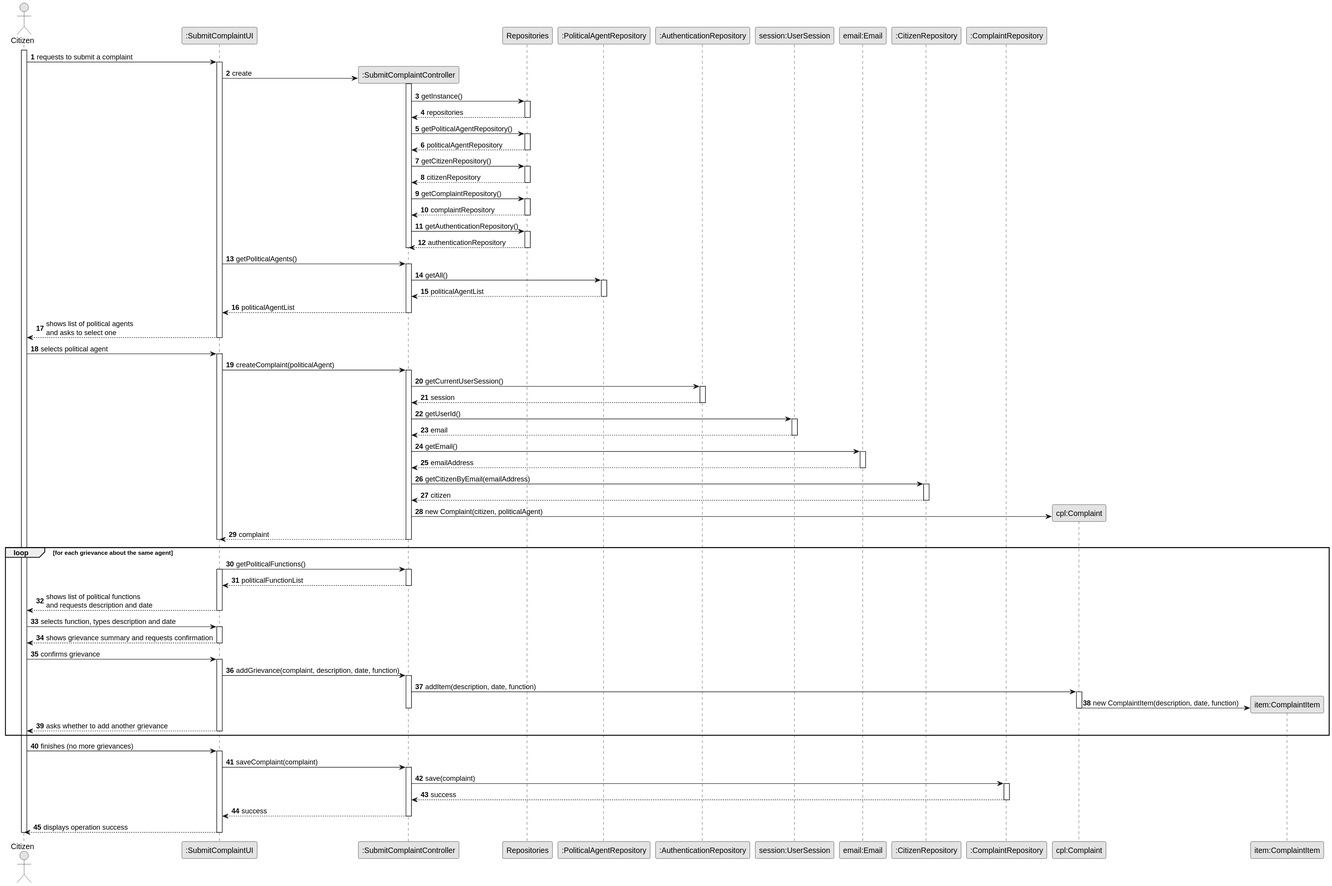
The PlantUML diagram docs/system-documentation/US12/03.design/svg/US12-SD.svg in brunodspinto/crystal-clear-platform, before a commit. Its source is kept beside it as docs/system-documentation/US12/03.design/puml/US12-SD.puml.
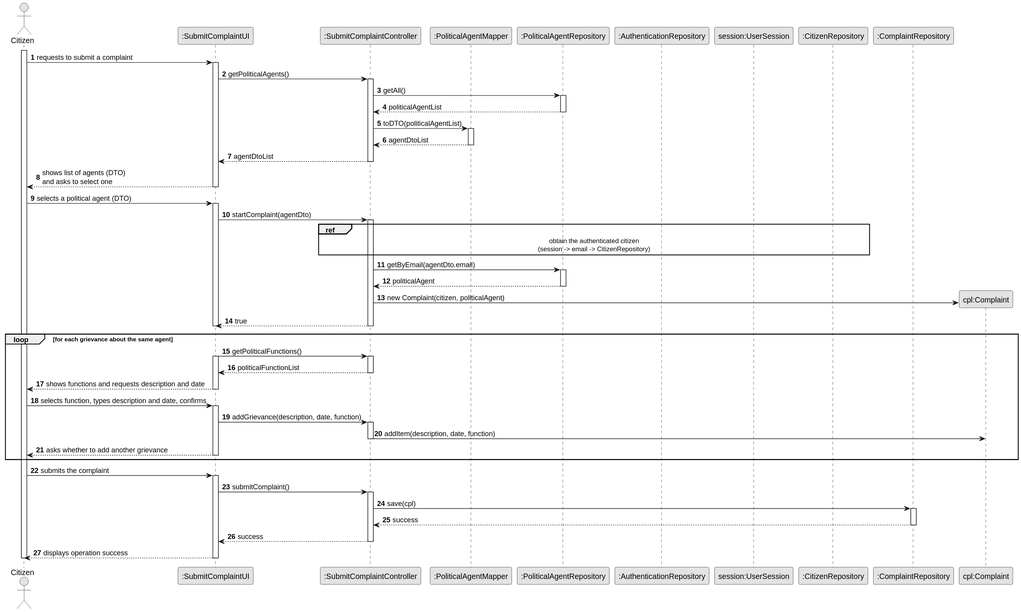
Later version of the same file.

The edit, as a diff of the source:
```diff
@@ -8,44 +8,18 @@
 actor "Citizen" as C
 participant ":SubmitComplaintUI" as UI
 participant ":SubmitComplaintController" as CTRL
-participant "Repositories" as REPOS
+participant ":PoliticalAgentMapper" as PAM
 participant ":PoliticalAgentRepository" as PAR
 participant ":AuthenticationRepository" as AR
 participant "session:UserSession" as SESS
-participant "email:Email" as EML
 participant ":CitizenRepository" as CitR
 participant ":ComplaintRepository" as CR
 participant "cpl:Complaint" as CPL
-participant "item:ComplaintItem" as ITM
 
 activate C
 
     C -> UI : requests to submit a complaint
     activate UI
-
-        UI -> CTRL** : create
-        activate CTRL
-            CTRL -> REPOS : getInstance()
-            activate REPOS
-                REPOS --> CTRL : repositories
-            deactivate REPOS
-            CTRL -> REPOS : getPoliticalAgentRepository()
-            activate REPOS
-                REPOS --> CTRL : politicalAgentRepository
-            deactivate REPOS
-            CTRL -> REPOS : getCitizenRepository()
-            activate REPOS
-                REPOS --> CTRL : citizenRepository
-            deactivate REPOS
-            CTRL -> REPOS : getComplaintRepository()
-            activate REPOS
-                REPOS --> CTRL : complaintRepository
-            deactivate REPOS
-            CTRL -> REPOS : getAuthenticationRepository()
-            activate REPOS
-                REPOS --> CTRL : authenticationRepository
-            deactivate REPOS
-        deactivate CTRL
 
         UI -> CTRL : getPoliticalAgents()
         activate CTRL
@@ -53,35 +27,31 @@
             activate PAR
                 PAR --> CTRL : politicalAgentList
             deactivate PAR
-            CTRL --> UI : politicalAgentList
+            CTRL -> PAM : toDTO(politicalAgentList)
+            activate PAM
+                PAM --> CTRL : agentDtoList
+            deactivate PAM
+            CTRL --> UI : agentDtoList
         deactivate CTRL
 
-        UI --> C : shows list of political agents\nand asks to select one
+        UI --> C : shows list of agents (DTO)\nand asks to select one
     deactivate UI
 
-    C -> UI : selects political agent
+    C -> UI : selects a political agent (DTO)
     activate UI
 
-        UI -> CTRL : createComplaint(politicalAgent)
+        UI -> CTRL : startComplaint(agentDto)
         activate CTRL
-            CTRL -> AR : getCurrentUserSession()
-            activate AR
-                AR --> CTRL : session
-            deactivate AR
-            CTRL -> SESS : getUserId()
-            activate SESS
-                SESS --> CTRL : email
-            deactivate SESS
-            CTRL -> EML : getEmail()
-            activate EML
-                EML --> CTRL : emailAddress
-            deactivate EML
-            CTRL -> CitR : getCitizenByEmail(emailAddress)
-            activate CitR
-                CitR --> CTRL : citizen
-            deactivate CitR
+            ref over CTRL, AR, SESS, CitR
+                obtain the authenticated citizen
+                (session -> email -> CitizenRepository)
+            end ref
+            CTRL -> PAR : getByEmail(agentDto.email)
+            activate PAR
+                PAR --> CTRL : politicalAgent
+            deactivate PAR
             CTRL -> CPL ** : new Complaint(citizen, politicalAgent)
-            CTRL --> UI : complaint
+            CTRL --> UI : true
         deactivate CTRL
     deactivate UI
 
@@ -91,32 +61,24 @@
         activate CTRL
             CTRL --> UI : politicalFunctionList
         deactivate CTRL
-        UI --> C : shows list of political functions\nand requests description and date
+        UI --> C : shows functions and requests description and date
         deactivate UI
 
-        C -> UI : selects function, types description and date
+        C -> UI : selects function, types description and date, confirms
         activate UI
-            UI --> C : shows grievance summary and requests confirmation
-        deactivate UI
-
-        C -> UI : confirms grievance
-        activate UI
-            UI -> CTRL : addGrievance(complaint, description, date, function)
+            UI -> CTRL : addGrievance(description, date, function)
             activate CTRL
                 CTRL -> CPL : addItem(description, date, function)
-                activate CPL
-                    CPL -> ITM ** : new ComplaintItem(description, date, function)
-                deactivate CPL
             deactivate CTRL
             UI --> C : asks whether to add another grievance
         deactivate UI
     end
 
-    C -> UI : finishes (no more grievances)
+    C -> UI : submits the complaint
     activate UI
-        UI -> CTRL : saveComplaint(complaint)
+        UI -> CTRL : submitComplaint()
         activate CTRL
-            CTRL -> CR : save(complaint)
+            CTRL -> CR : save(cpl)
             activate CR
                 CR --> CTRL : success
             deactivate CR
```
